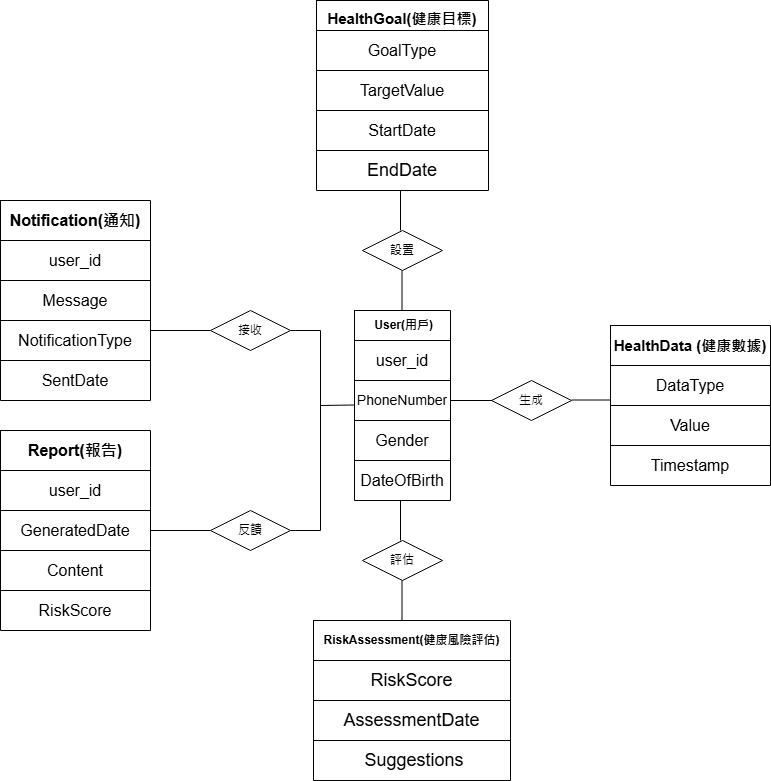
This is 實體關係圖.png from Xz-369/113_CourseTopics, a draw.io export, as it was before one commit. Source tidied: cells renumbered, new cells last; positions are measured from the earlier drawing's top-left corner, leaving out a move shared by most shapes.
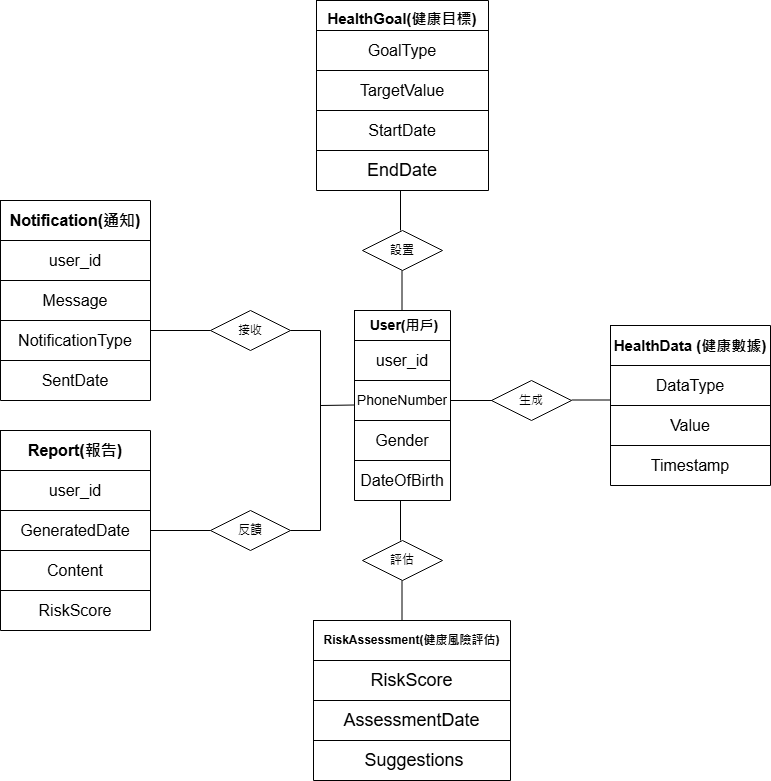
After the commit.

Diff of the diagram source:
```diff
@@ -8,7 +8,7 @@
     <mxCell id="3" style="shape=tableRow;horizontal=0;startSize=0;swimlaneHead=0;swimlaneBody=0;strokeColor=inherit;top=0;left=0;bottom=0;right=0;fillColor=none;" parent="2" vertex="1">
       <mxGeometry width="96" height="30" as="geometry" />
     </mxCell>
-    <mxCell id="4" value="&lt;b&gt;&amp;nbsp;User(用戶)&lt;/b&gt;" style="shape=partialRectangle;html=1;whiteSpace=wrap;strokeColor=inherit;overflow=hidden;fillColor=none;top=0;left=0;bottom=0;right=0;" parent="3" vertex="1">
+    <mxCell id="4" value="&lt;b&gt;&lt;font style=&quot;font-size: 14px;&quot;&gt;&amp;nbsp;User(用戶)&lt;/font&gt;&lt;/b&gt;" style="shape=partialRectangle;html=1;whiteSpace=wrap;strokeColor=inherit;overflow=hidden;fillColor=none;top=0;left=0;bottom=0;right=0;" parent="3" vertex="1">
       <mxGeometry width="96" height="30" as="geometry" />
     </mxCell>
     <mxCell id="5" style="shape=tableRow;horizontal=0;startSize=0;swimlaneHead=0;swimlaneBody=0;strokeColor=inherit;top=0;left=0;bottom=0;right=0;fillColor=none;" parent="2" vertex="1">
```
